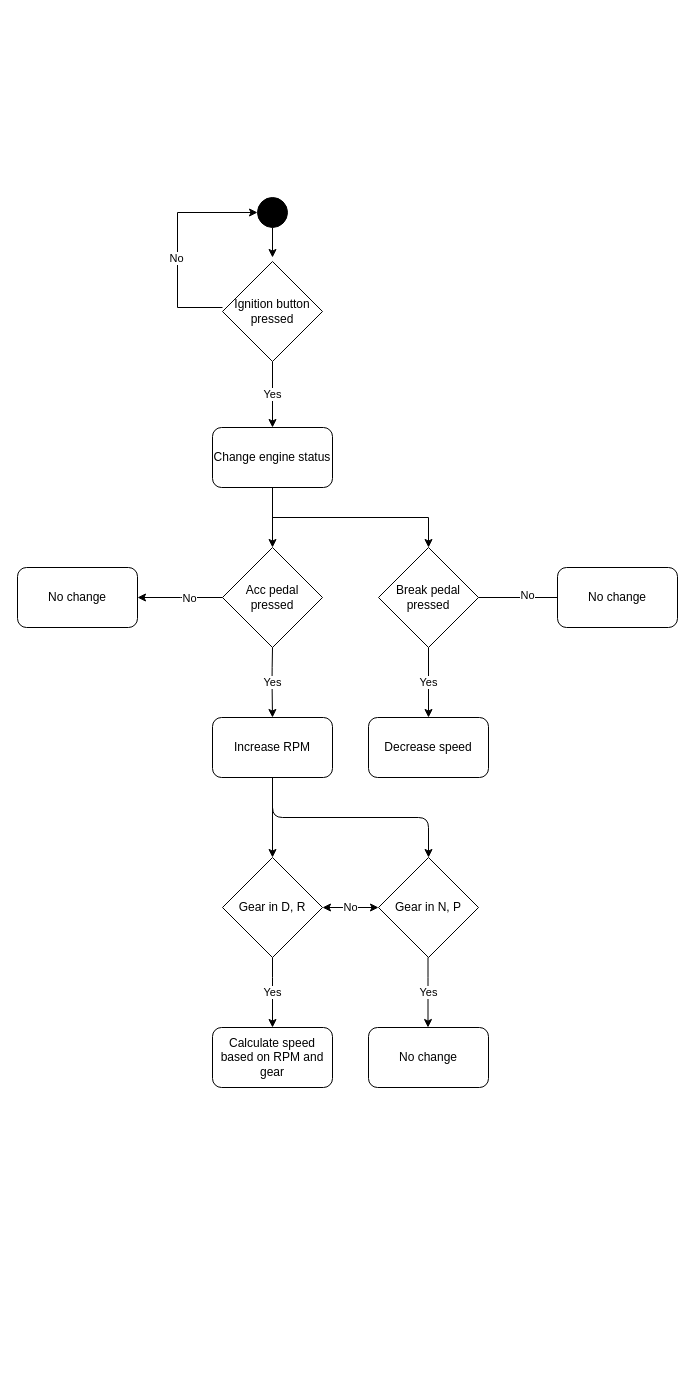
rickardljung/bootcamp_course keeps this draw.io diagram as project/system_overview/mvp_definition.drawio. Above is the earlier version. Source tidied: cells renumbered, new cells numbered last; positions are measured from the earlier drawing's top-left corner, leaving out a move shared by most shapes. Both pictures are drawn from the tidied source at 100%, with x=0, y=0 at pixel (17, 197).
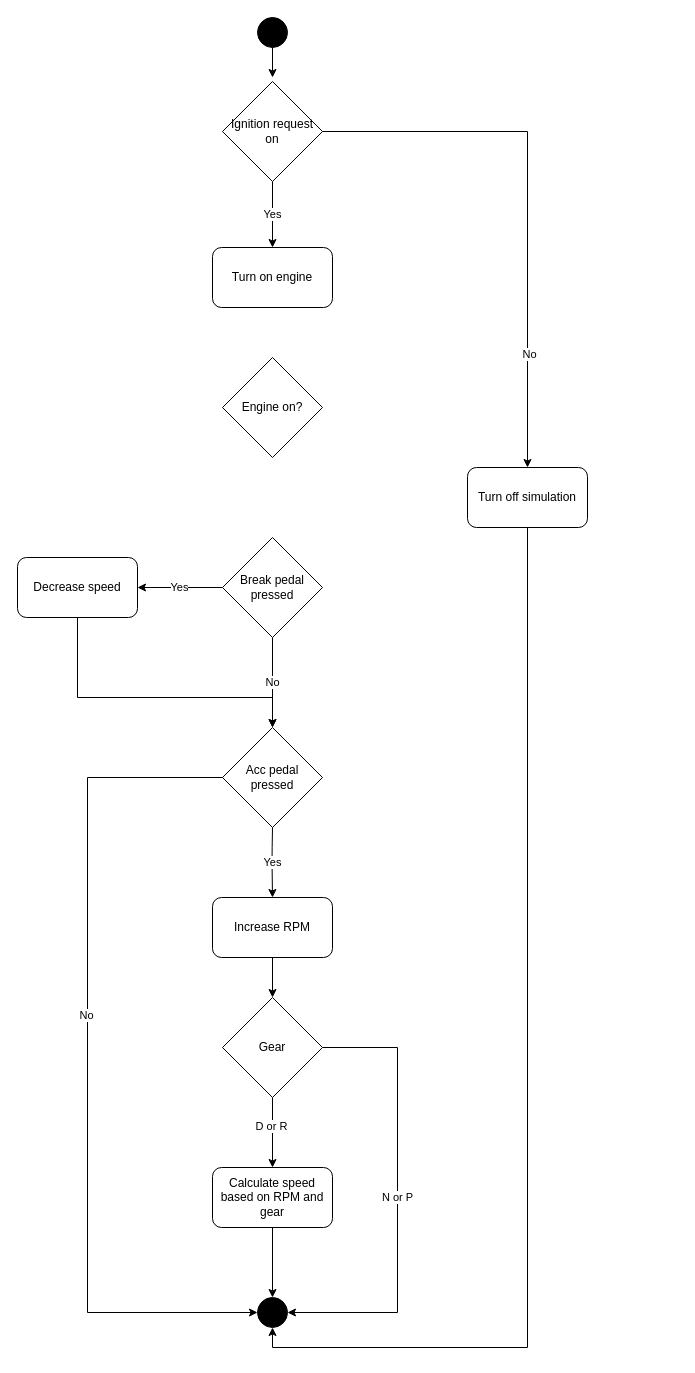
The same page after the edit.

The edit, as a diff of the source:
```diff
@@
     <mxCell id="2" style="ellipse;whiteSpace=wrap;html=1;fillColor=#000000;" parent="1" vertex="1">
-      <mxGeometry x="240" width="30" height="30" as="geometry" />
+      <mxGeometry x="240" y="-180" width="30" height="30" as="geometry" />
     </mxCell>
@@
-    <mxCell id="4" style="edgeStyle=orthogonalEdgeStyle;rounded=0;jettySize=auto;html=1;exitX=0;exitY=0.5;exitDx=0;exitDy=0;entryX=0;entryY=0.5;entryDx=0;entryDy=0;" parent="1" edge="1" target="2">
-      <mxGeometry relative="1" as="geometry">
-        <mxPoint x="205" y="110" as="sourcePoint" />
-        <Array as="points">
-          <mxPoint x="160" y="110" />
-          <mxPoint x="160" y="15" />
-        </Array>
-      </mxGeometry>
-    </mxCell>
-    <mxCell id="5" value="No" style="edgeLabel;html=1;align=center;verticalAlign=middle;" parent="4" vertex="1">
-      <mxGeometry x="-0.18" y="2" relative="1" as="geometry">
-        <mxPoint y="-5" as="offset" />
-      </mxGeometry>
-    </mxCell>
-    <mxCell id="6" style="edgeStyle=orthogonalEdgeStyle;rounded=0;jettySize=auto;html=1;" parent="1" edge="1" source="8">
-      <mxGeometry relative="1" as="geometry">
-        <mxPoint x="120" y="400" as="targetPoint" />
-      </mxGeometry>
-    </mxCell>
-    <mxCell id="7" value="No" style="edgeLabel;html=1;align=center;verticalAlign=middle;" parent="6" vertex="1">
-      <mxGeometry x="-0.2" y="3" relative="1" as="geometry">
-        <mxPoint y="-3" as="offset" />
-      </mxGeometry>
-    </mxCell>
+    <mxCell id="32" style="edgeStyle=orthogonalEdgeStyle;rounded=0;jettySize=auto;html=1;exitX=1;exitY=0.5;exitDx=0;exitDy=0;entryX=0;entryY=0.5;entryDx=0;entryDy=0;" parent="1" edge="1" source="8" target="42">
+      <mxGeometry relative="1" as="geometry">
+        <Array as="points">
+          <mxPoint x="70" y="580" />
+          <mxPoint x="70" y="1115" />
+        </Array>
+      </mxGeometry>
+    </mxCell>
+    <mxCell id="33" value="No" style="edgeLabel;html=1;align=center;verticalAlign=middle;" parent="32" vertex="1">
+      <mxGeometry x="-0.26" y="-2" relative="1" as="geometry">
+        <mxPoint y="124.4" as="offset" />
+      </mxGeometry>
+    </mxCell>
     <mxCell id="8" value="Acc pedal pressed" style="rhombus;whiteSpace=wrap;html=1;fillColor=#FFFFFF;" parent="1" vertex="1">
-      <mxGeometry x="205" y="350" width="100" height="100" as="geometry" />
+      <mxGeometry x="205" y="530" width="100" height="100" as="geometry" />
     </mxCell>
     <mxCell id="9" value="Yes" style="endArrow=classic;html=1;exitX=0.5;exitY=1;exitDx=0;exitDy=0;" parent="1" edge="1">
       <mxGeometry relative="1" as="geometry">
-        <mxPoint x="255" y="450" as="sourcePoint" />
-        <mxPoint x="255" y="520" as="targetPoint" />
+        <mxPoint x="255" y="630" as="sourcePoint" />
+        <mxPoint x="255" y="700" as="targetPoint" />
         <Array as="points">
-          <mxPoint x="254.5" y="480" />
+          <mxPoint x="254.5" y="660" />
         </Array>
       </mxGeometry>
     </mxCell>
     <mxCell id="10" value="Increase RPM" style="rounded=1;whiteSpace=wrap;html=1;fillColor=#FFFFFF;" parent="1" vertex="1">
-      <mxGeometry x="195" y="520" width="120" height="60" as="geometry" />
+      <mxGeometry x="195" y="700" width="120" height="60" as="geometry" />
     </mxCell>
-    <mxCell id="11" value="No change" style="rounded=1;whiteSpace=wrap;html=1;fillColor=#FFFFFF;" parent="1" vertex="1">
-      <mxGeometry y="370" width="120" height="60" as="geometry" />
-    </mxCell>
+    <mxCell id="34" value="No" style="edgeStyle=orthogonalEdgeStyle;rounded=0;jettySize=auto;html=1;exitX=0.5;exitY=1;exitDx=0;exitDy=0;" parent="1" edge="1" source="15">
+      <mxGeometry relative="1" as="geometry">
+        <mxPoint x="255" y="530" as="targetPoint" />
+      </mxGeometry>
+    </mxCell>
-    <mxCell id="12" value="Yes" style="edgeStyle=orthogonalEdgeStyle;rounded=0;jettySize=auto;html=1;exitX=0.5;exitY=1;exitDx=0;exitDy=0;entryX=0.5;entryY=0;entryDx=0;entryDy=0;" parent="1" edge="1" source="15" target="16">
+    <mxCell id="12" value="Yes" style="edgeStyle=orthogonalEdgeStyle;rounded=0;jettySize=auto;html=1;entryX=1;entryY=0.5;entryDx=0;entryDy=0;" parent="1" edge="1" source="15" target="16">
       <mxGeometry relative="1" as="geometry" />
     </mxCell>
-    <mxCell id="13" style="edgeStyle=orthogonalEdgeStyle;rounded=0;jettySize=auto;html=1;exitX=1;exitY=0.5;exitDx=0;exitDy=0;" parent="1" edge="1" source="15">
-      <mxGeometry relative="1" as="geometry">
-        <mxPoint x="580" y="400" as="targetPoint" />
-      </mxGeometry>
-    </mxCell>
-    <mxCell id="14" value="No" style="edgeLabel;html=1;align=center;verticalAlign=middle;" parent="13" vertex="1">
-      <mxGeometry x="-0.19" y="3" relative="1" as="geometry" />
-    </mxCell>
     <mxCell id="15" value="Break pedal pressed" style="rhombus;whiteSpace=wrap;html=1;fillColor=#FFFFFF;" parent="1" vertex="1">
-      <mxGeometry x="361" y="350" width="100" height="100" as="geometry" />
+      <mxGeometry x="205" y="340" width="100" height="100" as="geometry" />
     </mxCell>
+    <mxCell id="35" style="edgeStyle=orthogonalEdgeStyle;rounded=0;jettySize=auto;html=1;exitX=0.5;exitY=1;exitDx=0;exitDy=0;" parent="1" edge="1" source="16" target="8">
+      <mxGeometry relative="1" as="geometry">
+        <Array as="points">
+          <mxPoint x="60" y="500" />
+          <mxPoint x="255" y="500" />
+        </Array>
+      </mxGeometry>
+    </mxCell>
     <mxCell id="16" value="Decrease speed" style="rounded=1;whiteSpace=wrap;html=1;fillColor=#FFFFFF;" parent="1" vertex="1">
-      <mxGeometry x="351" y="520" width="120" height="60" as="geometry" />
+      <mxGeometry y="360" width="120" height="60" as="geometry" />
     </mxCell>
-    <mxCell id="17" value="No change" style="rounded=1;whiteSpace=wrap;html=1;fillColor=#FFFFFF;" parent="1" vertex="1">
-      <mxGeometry x="540" y="370" width="120" height="60" as="geometry" />
-    </mxCell>
-    <mxCell id="18" value="Yes" style="edgeStyle=orthogonalEdgeStyle;rounded=0;jettySize=auto;html=1;exitX=0.5;exitY=1;exitDx=0;exitDy=0;" parent="1" edge="1" source="19">
-      <mxGeometry relative="1" as="geometry">
-        <mxPoint x="255" y="830" as="targetPoint" />
-        <Array as="points">
-          <mxPoint x="255" y="780" />
-          <mxPoint x="255" y="780" />
-        </Array>
-      </mxGeometry>
-    </mxCell>
+    <mxCell id="36" style="edgeStyle=orthogonalEdgeStyle;rounded=0;jettySize=auto;html=1;exitX=0.5;exitY=1;exitDx=0;exitDy=0;entryX=0.5;entryY=0;entryDx=0;entryDy=0;" parent="1" edge="1" source="19" target="20">
+      <mxGeometry relative="1" as="geometry" />
+    </mxCell>
+    <mxCell id="37" value="D or R" style="edgeLabel;html=1;align=center;verticalAlign=middle;" parent="36" vertex="1">
+      <mxGeometry x="-0.2" y="-2" relative="1" as="geometry" />
+    </mxCell>
+    <mxCell id="38" value="N or P" style="edgeStyle=orthogonalEdgeStyle;rounded=0;jettySize=auto;html=1;exitX=1;exitY=0.5;exitDx=0;exitDy=0;entryX=1;entryY=0.5;entryDx=0;entryDy=0;" parent="1" edge="1" source="19" target="42">
+      <mxGeometry relative="1" as="geometry">
+        <Array as="points">
+          <mxPoint x="380" y="850" />
+          <mxPoint x="380" y="1115" />
+        </Array>
+      </mxGeometry>
+    </mxCell>
-    <mxCell id="19" value="Gear in D, R" style="rhombus;whiteSpace=wrap;html=1;fillColor=#FFFFFF;" parent="1" vertex="1">
-      <mxGeometry x="205" y="660" width="100" height="100" as="geometry" />
+    <mxCell id="19" value="Gear" style="rhombus;whiteSpace=wrap;html=1;fillColor=#FFFFFF;" parent="1" vertex="1">
+      <mxGeometry x="205" y="800" width="100" height="100" as="geometry" />
     </mxCell>
+    <mxCell id="39" style="edgeStyle=orthogonalEdgeStyle;rounded=0;jettySize=auto;html=1;entryX=0.5;entryY=0;entryDx=0;entryDy=0;" parent="1" edge="1" source="20" target="42">
+      <mxGeometry relative="1" as="geometry" />
+    </mxCell>
     <mxCell id="20" value="Calculate speed based on RPM and gear" style="rounded=1;whiteSpace=wrap;html=1;fillColor=#FFFFFF;" parent="1" vertex="1">
-      <mxGeometry x="195" y="830" width="120" height="60" as="geometry" />
+      <mxGeometry x="195" y="970" width="120" height="60" as="geometry" />
     </mxCell>
-    <mxCell id="21" value="Gear in N, P" style="rhombus;whiteSpace=wrap;html=1;fillColor=#FFFFFF;" parent="1" vertex="1">
-      <mxGeometry x="361" y="660" width="100" height="100" as="geometry" />
-    </mxCell>
-    <mxCell id="22" value="Yes" style="edgeStyle=orthogonalEdgeStyle;rounded=0;orthogonalLoop=1;jettySize=auto;html=1;exitX=0.5;exitY=1;exitDx=0;exitDy=0;" parent="1" edge="1">
-      <mxGeometry relative="1" as="geometry">
-        <mxPoint x="410.5" y="760" as="sourcePoint" />
-        <mxPoint x="410.5" y="830" as="targetPoint" />
-        <Array as="points">
-          <mxPoint x="410.5" y="780" />
-          <mxPoint x="410.5" y="780" />
-        </Array>
-      </mxGeometry>
-    </mxCell>
-    <mxCell id="23" value="No change" style="rounded=1;whiteSpace=wrap;html=1;fillColor=#FFFFFF;" parent="1" vertex="1">
-      <mxGeometry x="351" y="830" width="120" height="60" as="geometry" />
-    </mxCell>
-    <mxCell id="24" value="No" style="endArrow=classic;startArrow=classic;html=1;entryX=0;entryY=0.5;entryDx=0;entryDy=0;exitX=1;exitY=0.5;exitDx=0;exitDy=0;" parent="1" edge="1" source="19" target="21">
-      <mxGeometry relative="1" as="geometry" />
-    </mxCell>
@@
+    <mxCell id="40" style="edgeStyle=orthogonalEdgeStyle;rounded=0;jettySize=auto;html=1;exitX=1;exitY=0.5;exitDx=0;exitDy=0;entryX=0.5;entryY=0;entryDx=0;entryDy=0;" parent="1" edge="1" source="26" target="45">
+      <mxGeometry relative="1" as="geometry" />
+    </mxCell>
+    <mxCell id="41" value="No" style="edgeLabel;html=1;align=center;verticalAlign=middle;" parent="40" vertex="1">
+      <mxGeometry x="0.58" y="1" relative="1" as="geometry" />
+    </mxCell>
-    <mxCell id="26" value="Ignition button pressed" style="rhombus;whiteSpace=wrap;html=1;fillColor=#FFFFFF;" parent="1" vertex="1">
-      <mxGeometry x="205" y="64" width="100" height="100" as="geometry" />
+    <mxCell id="26" value="Ignition request on" style="rhombus;whiteSpace=wrap;html=1;fillColor=#FFFFFF;" parent="1" vertex="1">
+      <mxGeometry x="205" y="-116" width="100" height="100" as="geometry" />
     </mxCell>
     <mxCell id="27" style="endArrow=classic;html=1;exitX=0.5;exitY=1;exitDx=0;exitDy=0;" parent="1" edge="1" source="2">
       <mxGeometry relative="1" as="geometry">
-        <mxPoint x="255" y="60" as="targetPoint" />
+        <mxPoint x="255" y="-120" as="targetPoint" />
       </mxGeometry>
     </mxCell>
-    <mxCell id="28" style="edgeStyle=orthogonalEdgeStyle;rounded=0;jettySize=auto;html=1;exitX=0.5;exitY=1;exitDx=0;exitDy=0;entryX=0.5;entryY=0;entryDx=0;entryDy=0;" parent="1" edge="1" source="29" target="8">
-      <mxGeometry relative="1" as="geometry" />
-    </mxCell>
-    <mxCell id="29" value="Change engine status" style="rounded=1;whiteSpace=wrap;html=1;fillColor=#FFFFFF;" parent="1" vertex="1">
-      <mxGeometry x="195" y="230" width="120" height="60" as="geometry" />
+    <mxCell id="29" value="Turn on engine" style="rounded=1;whiteSpace=wrap;html=1;fillColor=#FFFFFF;" parent="1" vertex="1">
+      <mxGeometry x="195" y="50" width="120" height="60" as="geometry" />
     </mxCell>
-    <mxCell id="30" style="edgeStyle=orthogonalEdgeStyle;rounded=0;jettySize=auto;html=1;exitX=0.5;exitY=1;exitDx=0;exitDy=0;" parent="1" edge="1" source="29" target="15">
-      <mxGeometry relative="1" as="geometry" />
-    </mxCell>
-    <mxCell id="31" style="endArrow=classic;html=1;exitX=0.5;exitY=1;exitDx=0;exitDy=0;entryX=0.5;entryY=0;entryDx=0;entryDy=0;" parent="1" edge="1" source="10" target="21">
-      <mxGeometry relative="1" as="geometry">
-        <Array as="points">
-          <mxPoint x="255" y="620" />
-          <mxPoint x="411" y="620" />
-        </Array>
-      </mxGeometry>
-    </mxCell>
+    <mxCell id="42" style="ellipse;whiteSpace=wrap;html=1;fillColor=#000000;" parent="1" vertex="1">
+      <mxGeometry x="240" y="1100" width="30" height="30" as="geometry" />
+    </mxCell>
+    <mxCell id="43" value="Engine on?" style="rhombus;whiteSpace=wrap;html=1;fillColor=#FFFFFF;" parent="1" vertex="1">
+      <mxGeometry x="205" y="160" width="100" height="100" as="geometry" />
+    </mxCell>
+    <mxCell id="44" style="edgeStyle=orthogonalEdgeStyle;rounded=0;jettySize=auto;html=1;exitX=0.5;exitY=1;exitDx=0;exitDy=0;entryX=0.5;entryY=1;entryDx=0;entryDy=0;" parent="1" edge="1" source="45" target="42">
+      <mxGeometry relative="1" as="geometry" />
+    </mxCell>
+    <mxCell id="45" value="Turn off simulation" style="rounded=1;whiteSpace=wrap;html=1;fillColor=#FFFFFF;" parent="1" vertex="1">
+      <mxGeometry x="450" y="270" width="120" height="60" as="geometry" />
+    </mxCell>
```
